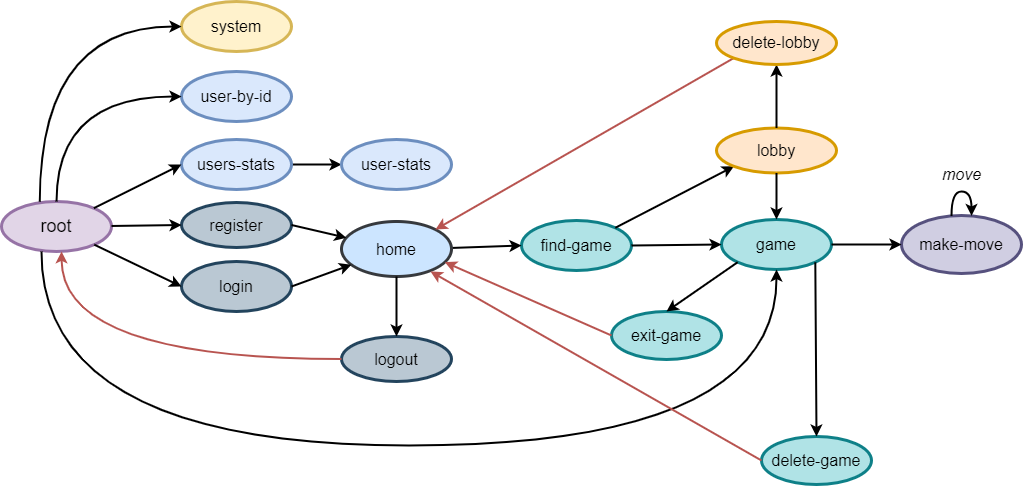
The draw.io diagram docs/diagrams/navigation-graph.png in astral-projects/gomoku-web, before a commit. Source tidied: cells renumbered, new cells last; positions are measured from the earlier drawing's top-left corner, leaving out a move shared by most shapes.
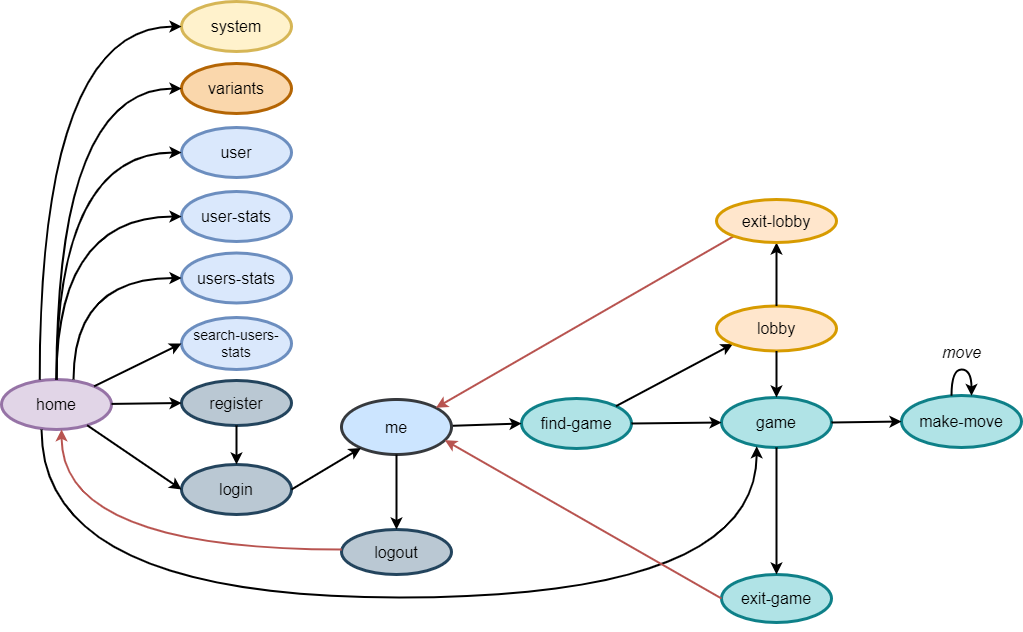
The same diagram one commit later.

Diff of the diagram source:
```diff
@@ -2,29 +2,26 @@
   <root>
     <mxCell id="0" />
     <mxCell id="1" parent="0" />
-    <mxCell id="2" value="&lt;font style=&quot;font-size: 18px;&quot;&gt;root&lt;/font&gt;" style="ellipse;whiteSpace=wrap;html=1;fillColor=#e1d5e7;strokeColor=#9673a6;strokeWidth=3;" parent="1" vertex="1">
+    <mxCell id="2" value="&lt;font style=&quot;font-size: 16px;&quot;&gt;home&lt;/font&gt;" style="ellipse;whiteSpace=wrap;html=1;fillColor=#e1d5e7;strokeColor=#9673a6;strokeWidth=3;" parent="1" vertex="1">
       <mxGeometry y="200" width="110" height="50" as="geometry" />
     </mxCell>
-    <mxCell id="3" style="edgeStyle=orthogonalEdgeStyle;rounded=0;jettySize=auto;html=1;entryX=0;entryY=0.5;entryDx=0;entryDy=0;fontSize=16;strokeWidth=2;" parent="1" edge="1" source="4" target="9">
-      <mxGeometry relative="1" as="geometry" />
-    </mxCell>
-    <mxCell id="4" value="&lt;span style=&quot;font-size: 16px;&quot;&gt;users-stats&lt;/span&gt;" style="ellipse;whiteSpace=wrap;html=1;fillColor=#dae8fc;strokeColor=#6c8ebf;strokeWidth=3;" parent="1" vertex="1">
-      <mxGeometry x="180" y="138" width="110" height="50" as="geometry" />
+    <mxCell id="4" value="&lt;font style=&quot;font-size: 14px;&quot;&gt;search-users-stats&lt;/font&gt;" style="ellipse;whiteSpace=wrap;html=1;fillColor=#dae8fc;strokeColor=#6c8ebf;strokeWidth=3;" parent="1" vertex="1">
+      <mxGeometry x="180" y="138" width="110" height="52" as="geometry" />
     </mxCell>
     <mxCell id="5" value="&lt;span style=&quot;font-size: 16px;&quot;&gt;login&lt;/span&gt;" style="ellipse;whiteSpace=wrap;html=1;fillColor=#bac8d3;strokeColor=#23445d;fillStyle=solid;strokeWidth=3;" parent="1" vertex="1">
-      <mxGeometry x="180" y="260" width="110" height="50" as="geometry" />
+      <mxGeometry x="180" y="285" width="110" height="50" as="geometry" />
     </mxCell>
     <mxCell id="6" value="&lt;span style=&quot;font-size: 16px;&quot;&gt;register&lt;/span&gt;" style="ellipse;whiteSpace=wrap;html=1;fillColor=#bac8d3;strokeColor=#23445d;fillStyle=solid;strokeWidth=3;" parent="1" vertex="1">
       <mxGeometry x="180" y="201" width="110" height="45" as="geometry" />
     </mxCell>
     <mxCell id="7" value="&lt;span style=&quot;font-size: 16px;&quot;&gt;logout&lt;/span&gt;" style="ellipse;whiteSpace=wrap;html=1;fillColor=#bac8d3;strokeColor=#23445d;strokeWidth=3;" parent="1" vertex="1">
-      <mxGeometry x="340" y="335" width="110" height="45" as="geometry" />
+      <mxGeometry x="340" y="350" width="110" height="45" as="geometry" />
     </mxCell>
     <mxCell id="8" value="&lt;span style=&quot;font-size: 16px;&quot;&gt;find-game&lt;br&gt;&lt;/span&gt;" style="ellipse;whiteSpace=wrap;html=1;fillColor=#b0e3e6;strokeColor=#0e8088;strokeWidth=3;" parent="1" vertex="1">
       <mxGeometry x="520" y="219" width="110" height="50" as="geometry" />
     </mxCell>
-    <mxCell id="9" value="&lt;span style=&quot;font-size: 16px;&quot;&gt;user-stats&lt;/span&gt;" style="ellipse;whiteSpace=wrap;html=1;fillColor=#dae8fc;strokeColor=#6c8ebf;strokeWidth=3;" parent="1" vertex="1">
-      <mxGeometry x="340" y="138" width="110" height="50" as="geometry" />
+    <mxCell id="9" value="&lt;span style=&quot;font-size: 16px;&quot;&gt;users-stats&lt;/span&gt;" style="ellipse;whiteSpace=wrap;html=1;fillColor=#dae8fc;strokeColor=#6c8ebf;strokeWidth=3;" parent="1" vertex="1">
+      <mxGeometry x="180" y="73.5" width="110" height="50" as="geometry" />
     </mxCell>
     <mxCell id="10" style="endArrow=classic;html=1;rounded=0;fontSize=16;entryX=0;entryY=0.5;entryDx=0;entryDy=0;strokeWidth=2;" parent="1" edge="1" source="2" target="4">
       <mxGeometry relative="1" as="geometry" />
@@ -38,12 +35,9 @@
     <mxCell id="13" style="endArrow=classic;html=1;rounded=0;fontSize=16;entryX=0;entryY=0.5;entryDx=0;entryDy=0;strokeWidth=2;" parent="1" edge="1" source="14" target="8">
       <mxGeometry relative="1" as="geometry" />
     </mxCell>
-    <mxCell id="14" value="&lt;span style=&quot;font-size: 16px;&quot;&gt;home&lt;/span&gt;" style="ellipse;whiteSpace=wrap;html=1;fillColor=#cce5ff;strokeColor=#36393d;strokeWidth=3;" parent="1" vertex="1">
+    <mxCell id="14" value="&lt;span style=&quot;font-size: 16px;&quot;&gt;me&lt;/span&gt;" style="ellipse;whiteSpace=wrap;html=1;fillColor=#cce5ff;strokeColor=#36393d;strokeWidth=3;" parent="1" vertex="1">
       <mxGeometry x="340" y="220" width="110" height="55" as="geometry" />
     </mxCell>
-    <mxCell id="15" style="endArrow=classic;html=1;rounded=0;fontSize=16;exitX=1;exitY=0.5;exitDx=0;exitDy=0;strokeWidth=2;" parent="1" edge="1" source="6" target="14">
-      <mxGeometry relative="1" as="geometry" />
-    </mxCell>
     <mxCell id="16" style="endArrow=classic;html=1;rounded=0;fontSize=16;exitX=1;exitY=0.5;exitDx=0;exitDy=0;strokeWidth=2;" parent="1" edge="1" source="5" target="14">
       <mxGeometry relative="1" as="geometry" />
     </mxCell>
@@ -56,7 +50,7 @@
     <mxCell id="19" style="endArrow=classic;html=1;rounded=0;fontSize=16;edgeStyle=orthogonalEdgeStyle;curved=1;strokeWidth=2;fillColor=#f8cecc;strokeColor=#b85450;" parent="1" edge="1" source="7" target="2">
       <mxGeometry relative="1" as="geometry">
         <Array as="points">
-          <mxPoint x="60" y="358" />
+          <mxPoint x="60" y="370" />
         </Array>
       </mxGeometry>
     </mxCell>
@@ -66,8 +60,8 @@
     <mxCell id="21" style="endArrow=classic;html=1;rounded=0;fontSize=16;entryX=0;entryY=0.5;entryDx=0;entryDy=0;exitX=1;exitY=0.5;exitDx=0;exitDy=0;strokeWidth=2;" parent="1" edge="1" source="8" target="20">
       <mxGeometry relative="1" as="geometry" />
     </mxCell>
-    <mxCell id="22" value="&lt;span style=&quot;font-size: 16px;&quot;&gt;make-move&lt;/span&gt;" style="ellipse;whiteSpace=wrap;html=1;fillColor=#d0cee2;strokeColor=#56517e;strokeWidth=3;" parent="1" vertex="1">
-      <mxGeometry x="900" y="214" width="120" height="58" as="geometry" />
+    <mxCell id="22" value="&lt;span style=&quot;font-size: 16px;&quot;&gt;make-move&lt;/span&gt;" style="ellipse;whiteSpace=wrap;html=1;fillColor=#b0e3e6;strokeColor=#0e8088;strokeWidth=3;" parent="1" vertex="1">
+      <mxGeometry x="900" y="216" width="120" height="52" as="geometry" />
     </mxCell>
     <mxCell id="23" style="endArrow=classic;html=1;rounded=0;fontSize=16;exitX=1;exitY=0;exitDx=0;exitDy=0;entryX=0;entryY=1;entryDx=0;entryDy=0;strokeWidth=2;" parent="1" edge="1" source="8" target="29">
       <mxGeometry relative="1" as="geometry" />
@@ -83,7 +77,7 @@
       <mxGeometry x="930" y="158" width="60" height="30" as="geometry" />
     </mxCell>
     <mxCell id="26" value="&lt;span style=&quot;font-size: 16px;&quot;&gt;system&lt;/span&gt;" style="ellipse;whiteSpace=wrap;html=1;fillColor=#fff2cc;strokeColor=#d6b656;strokeWidth=3;" parent="1" vertex="1">
-      <mxGeometry x="180" width="110" height="50" as="geometry" />
+      <mxGeometry x="180" y="-178" width="110" height="50" as="geometry" />
     </mxCell>
     <mxCell id="27" style="endArrow=classic;html=1;rounded=0;fontSize=16;entryX=0;entryY=0.5;entryDx=0;entryDy=0;exitX=0.348;exitY=0.005;exitDx=0;exitDy=0;edgeStyle=orthogonalEdgeStyle;curved=1;strokeWidth=2;exitPerimeter=0;" parent="1" edge="1" source="2" target="26">
       <mxGeometry relative="1" as="geometry" />
@@ -97,46 +91,57 @@
     <mxCell id="30" style="endArrow=classic;html=1;rounded=0;fontSize=16;exitX=0.5;exitY=0;exitDx=0;exitDy=0;entryX=0.5;entryY=1;entryDx=0;entryDy=0;strokeWidth=2;" parent="1" edge="1" source="29" target="31">
       <mxGeometry relative="1" as="geometry" />
     </mxCell>
-    <mxCell id="31" value="&lt;span style=&quot;font-size: 16px;&quot;&gt;delete-lobby&lt;/span&gt;" style="ellipse;whiteSpace=wrap;html=1;fillColor=#ffe6cc;strokeColor=#d79b00;strokeWidth=3;" parent="1" vertex="1">
+    <mxCell id="31" value="&lt;span style=&quot;font-size: 16px;&quot;&gt;exit-lobby&lt;/span&gt;" style="ellipse;whiteSpace=wrap;html=1;fillColor=#ffe6cc;strokeColor=#d79b00;strokeWidth=3;" parent="1" vertex="1">
       <mxGeometry x="715" y="20" width="120" height="43" as="geometry" />
     </mxCell>
-    <mxCell id="32" style="endArrow=classic;html=1;rounded=0;fontSize=16;entryX=0.5;entryY=1;entryDx=0;entryDy=0;strokeWidth=2;edgeStyle=orthogonalEdgeStyle;curved=1;" parent="1" edge="1" target="20">
+    <mxCell id="32" style="endArrow=classic;html=1;rounded=0;fontSize=16;entryX=0.32;entryY=1.016;entryDx=0;entryDy=0;strokeWidth=2;entryPerimeter=0;edgeStyle=orthogonalEdgeStyle;curved=1;" parent="1" edge="1">
       <mxGeometry relative="1" as="geometry">
         <mxPoint x="40" y="250" as="sourcePoint" />
+        <mxPoint x="755.2" y="266.8" as="targetPoint" />
         <Array as="points">
-          <mxPoint x="40" y="444" />
-          <mxPoint x="775" y="444" />
+          <mxPoint x="40" y="418" />
+          <mxPoint x="755" y="418" />
         </Array>
       </mxGeometry>
     </mxCell>
     <mxCell id="33" value="&lt;span style=&quot;font-size: 16px;&quot;&gt;exit-game&lt;/span&gt;" style="ellipse;whiteSpace=wrap;html=1;fillColor=#b0e3e6;strokeColor=#0e8088;strokeWidth=3;" parent="1" vertex="1">
-      <mxGeometry x="610" y="310" width="110" height="48" as="geometry" />
+      <mxGeometry x="720" y="395" width="110" height="48" as="geometry" />
     </mxCell>
-    <mxCell id="34" style="endArrow=classic;html=1;rounded=0;fontSize=16;exitX=0;exitY=1;exitDx=0;exitDy=0;entryX=0.5;entryY=0;entryDx=0;entryDy=0;strokeWidth=2;" parent="1" edge="1" source="20" target="33">
+    <mxCell id="34" style="endArrow=classic;html=1;rounded=0;fontSize=16;exitX=0.5;exitY=1;exitDx=0;exitDy=0;entryX=0.5;entryY=0;entryDx=0;entryDy=0;strokeWidth=2;" parent="1" edge="1" source="20" target="33">
       <mxGeometry relative="1" as="geometry" />
     </mxCell>
     <mxCell id="35" style="endArrow=classic;html=1;rounded=0;fontSize=16;exitX=0;exitY=0.5;exitDx=0;exitDy=0;strokeWidth=2;entryX=0.94;entryY=0.74;entryDx=0;entryDy=0;fillColor=#f8cecc;strokeColor=#b85450;entryPerimeter=0;" parent="1" edge="1" source="33" target="14">
       <mxGeometry relative="1" as="geometry" />
     </mxCell>
-    <mxCell id="36" value="&lt;span style=&quot;font-size: 16px;&quot;&gt;delete-game&lt;/span&gt;" style="ellipse;whiteSpace=wrap;html=1;fillColor=#b0e3e6;strokeColor=#0e8088;strokeWidth=3;" parent="1" vertex="1">
-      <mxGeometry x="760" y="435" width="110" height="48" as="geometry" />
-    </mxCell>
-    <mxCell id="37" style="endArrow=classic;html=1;rounded=0;fontSize=16;exitX=0;exitY=0.5;exitDx=0;exitDy=0;strokeWidth=2;fillColor=#f8cecc;strokeColor=#b85450;" parent="1" edge="1" source="36">
-      <mxGeometry relative="1" as="geometry">
-        <mxPoint x="429" y="270" as="targetPoint" />
-      </mxGeometry>
-    </mxCell>
-    <mxCell id="38" style="endArrow=classic;html=1;rounded=0;fontSize=16;exitX=1;exitY=1;exitDx=0;exitDy=0;entryX=0.5;entryY=0;entryDx=0;entryDy=0;strokeWidth=2;" parent="1" edge="1" source="20" target="36">
-      <mxGeometry relative="1" as="geometry" />
-    </mxCell>
     <mxCell id="39" style="endArrow=classic;html=1;rounded=0;fontSize=16;exitX=0.5;exitY=1;exitDx=0;exitDy=0;entryX=0.5;entryY=0;entryDx=0;entryDy=0;strokeWidth=2;" parent="1" edge="1" source="29" target="20">
       <mxGeometry relative="1" as="geometry" />
     </mxCell>
-    <mxCell id="40" value="&lt;span style=&quot;font-size: 16px;&quot;&gt;user-by-id&lt;/span&gt;" style="ellipse;whiteSpace=wrap;html=1;fillColor=#dae8fc;strokeColor=#6c8ebf;strokeWidth=3;" parent="1" vertex="1">
-      <mxGeometry x="180" y="70" width="110" height="50" as="geometry" />
+    <mxCell id="40" value="&lt;span style=&quot;font-size: 16px;&quot;&gt;user&lt;/span&gt;" style="ellipse;whiteSpace=wrap;html=1;fillColor=#dae8fc;strokeColor=#6c8ebf;strokeWidth=3;" parent="1" vertex="1">
+      <mxGeometry x="180" y="-52" width="110" height="50" as="geometry" />
     </mxCell>
     <mxCell id="41" style="endArrow=classic;html=1;rounded=0;fontSize=16;entryX=0;entryY=0.5;entryDx=0;entryDy=0;exitX=0.5;exitY=0;exitDx=0;exitDy=0;strokeWidth=2;edgeStyle=orthogonalEdgeStyle;curved=1;" parent="1" edge="1" source="2" target="40">
       <mxGeometry relative="1" as="geometry" />
     </mxCell>
+    <mxCell id="42" style="endArrow=classic;html=1;rounded=0;fontSize=16;entryX=0;entryY=0.5;entryDx=0;entryDy=0;exitX=0.655;exitY=0;exitDx=0;exitDy=0;strokeWidth=2;edgeStyle=orthogonalEdgeStyle;curved=1;exitPerimeter=0;" parent="1" edge="1" source="2" target="9">
+      <mxGeometry relative="1" as="geometry" />
+    </mxCell>
+    <mxCell id="43" value="&lt;span style=&quot;font-size: 16px;&quot;&gt;user-stats&lt;/span&gt;" style="ellipse;whiteSpace=wrap;html=1;fillColor=#dae8fc;strokeColor=#6c8ebf;strokeWidth=3;" parent="1" vertex="1">
+      <mxGeometry x="180" y="12" width="110" height="50" as="geometry" />
+    </mxCell>
+    <mxCell id="44" style="endArrow=classic;html=1;rounded=0;fontSize=16;entryX=0;entryY=0.5;entryDx=0;entryDy=0;exitX=0.5;exitY=0;exitDx=0;exitDy=0;strokeWidth=2;edgeStyle=orthogonalEdgeStyle;curved=1;" parent="1" edge="1" source="2" target="43">
+      <mxGeometry relative="1" as="geometry" />
+    </mxCell>
+    <mxCell id="45" style="endArrow=classic;html=1;rounded=0;fontSize=16;exitX=0.5;exitY=1;exitDx=0;exitDy=0;strokeWidth=2;entryX=0.5;entryY=0;entryDx=0;entryDy=0;" parent="1" edge="1" source="6" target="5">
+      <mxGeometry relative="1" as="geometry" />
+    </mxCell>
+    <mxCell id="46" style="edgeStyle=orthogonalEdgeStyle;rounded=0;orthogonalLoop=1;jettySize=auto;html=1;exitX=0.5;exitY=1;exitDx=0;exitDy=0;" parent="1" edge="1" source="33" target="33">
+      <mxGeometry relative="1" as="geometry" />
+    </mxCell>
+    <mxCell id="47" value="&lt;span style=&quot;font-size: 16px;&quot;&gt;variants&lt;/span&gt;" style="ellipse;whiteSpace=wrap;html=1;fillColor=#fad7ac;strokeColor=#b46504;strokeWidth=3;" parent="1" vertex="1">
+      <mxGeometry x="180" y="-116" width="110" height="50" as="geometry" />
+    </mxCell>
+    <mxCell id="48" style="endArrow=classic;html=1;rounded=0;fontSize=16;entryX=0;entryY=0.5;entryDx=0;entryDy=0;strokeWidth=2;edgeStyle=orthogonalEdgeStyle;curved=1;exitX=0.5;exitY=0;exitDx=0;exitDy=0;" parent="1" edge="1" source="2" target="47">
+      <mxGeometry relative="1" as="geometry" />
+    </mxCell>
   </root>
 </mxGraphModel>
```
